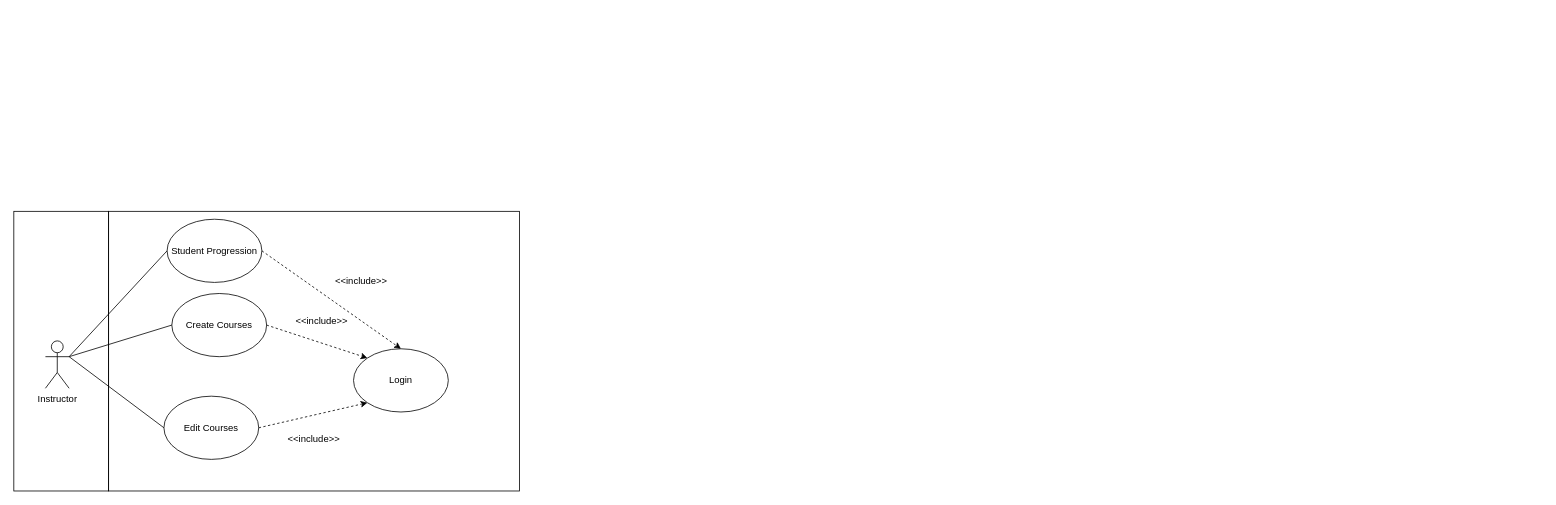
Earlier version of the draw.io diagram UML DIAGRAMS/HackAcad_Use_Case_Diagrams/Instructor.drawio (pikaitoh/HackAcad.Web). Source tidied: cells renumbered, new cells numbered last; positions are measured from the earlier drawing's top-left corner, leaving out a move shared by most shapes. Both pictures are drawn from the tidied source at 79%, with x=0, y=0 at pixel (13, 211).
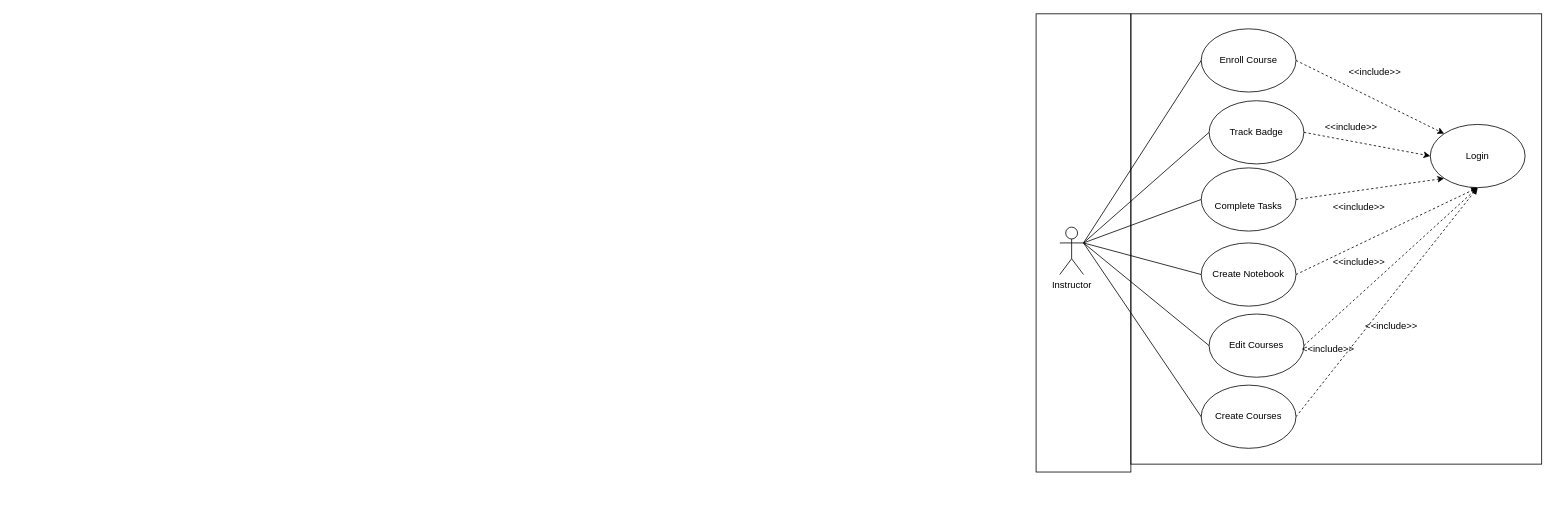
Above is the later version.

What changed in the source:
```diff
@@
-    <mxCell id="2" style="rounded=0;whiteSpace=wrap;html=1;fillColor=none;" parent="1" vertex="1">
-      <mxGeometry x="120" width="520" height="354" as="geometry" />
-    </mxCell>
-    <mxCell id="3" style="rounded=0;whiteSpace=wrap;html=1;fillColor=none;" parent="1" vertex="1">
-      <mxGeometry width="120" height="354" as="geometry" />
-    </mxCell>
+    <mxCell id="6" value="Edit Courses" style="ellipse;whiteSpace=wrap;html=1;shapeInside=1;" parent="1" vertex="1">
+      <mxGeometry x="1513" y="130" width="120" height="80" as="geometry" />
+    </mxCell>
+    <mxCell id="18" style="rounded=0;whiteSpace=wrap;html=1;fillColor=none;" parent="1" vertex="1">
+      <mxGeometry x="1414" y="-250" width="520" height="570" as="geometry" />
+    </mxCell>
+    <mxCell id="19" style="rounded=0;whiteSpace=wrap;html=1;fillColor=none;" parent="1" vertex="1">
+      <mxGeometry x="1294" y="-250" width="120" height="580" as="geometry" />
+    </mxCell>
     <mxCell id="4" value="Instructor" style="shape=umlActor;verticalLabelPosition=bottom;verticalAlign=top;html=1;outlineConnect=0;" parent="1" vertex="1">
-      <mxGeometry x="40" y="164" width="30" height="60" as="geometry" />
+      <mxGeometry x="1324" y="20" width="30" height="60" as="geometry" />
     </mxCell>
+    <mxCell id="20" value="Enroll Course" style="ellipse;whiteSpace=wrap;html=1;shapeInside=1;" parent="1" vertex="1">
+      <mxGeometry x="1503" y="-231" width="120" height="80" as="geometry" />
+    </mxCell>
+    <mxCell id="21" value="&lt;div&gt;&lt;br&gt;&lt;/div&gt;&lt;div&gt;&lt;br&gt;&lt;/div&gt;&lt;div&gt;Complete Tasks&lt;/div&gt;&lt;div&gt;&lt;br&gt;&lt;/div&gt;" style="ellipse;whiteSpace=wrap;html=1;shapeInside=1;" parent="1" vertex="1">
+      <mxGeometry x="1503" y="-55" width="120" height="80" as="geometry" />
+    </mxCell>
+    <mxCell id="7" value="Login" style="ellipse;whiteSpace=wrap;html=1;shapeInside=1;fillColor=light-dark(#FFFFFF,#8C7B3F);" parent="1" vertex="1">
+      <mxGeometry x="1793" y="-110" width="120" height="80" as="geometry" />
+    </mxCell>
+    <mxCell id="22" style="endArrow=none;html=1;rounded=0;exitX=1;exitY=0.3333333333333333;exitDx=0;exitDy=0;exitPerimeter=0;entryX=0;entryY=0.5;entryDx=0;entryDy=0;" parent="1" edge="1" source="4" target="20">
+      <mxGeometry relative="1" as="geometry" />
+    </mxCell>
+    <mxCell id="23" style="endArrow=none;html=1;rounded=0;exitX=1;exitY=0.3333333333333333;exitDx=0;exitDy=0;exitPerimeter=0;entryX=0;entryY=0.5;entryDx=0;entryDy=0;" parent="1" edge="1" source="4" target="21">
+      <mxGeometry relative="1" as="geometry" />
+    </mxCell>
+    <mxCell id="24" style="html=1;labelBackgroundColor=#ffffff;startArrow=none;startFill=0;startSize=6;endArrow=classic;endFill=1;endSize=6;jettySize=auto;strokeWidth=1;dashed=1;fontSize=14;rounded=0;exitX=1;exitY=0.5;exitDx=0;exitDy=0;entryX=0;entryY=1;entryDx=0;entryDy=0;" parent="1" edge="1" source="21" target="7">
+      <mxGeometry relative="1" as="geometry" />
+    </mxCell>
+    <mxCell id="25" style="html=1;labelBackgroundColor=#ffffff;startArrow=none;startFill=0;startSize=6;endArrow=classic;endFill=1;endSize=6;jettySize=auto;strokeWidth=1;dashed=1;fontSize=14;rounded=0;exitX=1;exitY=0.5;exitDx=0;exitDy=0;entryX=0;entryY=0;entryDx=0;entryDy=0;" parent="1" edge="1" source="20" target="7">
+      <mxGeometry relative="1" as="geometry" />
+    </mxCell>
+    <mxCell id="26" value="&amp;lt;&amp;lt;include&amp;gt;&amp;gt;" style="text;html=1;whiteSpace=wrap;strokeColor=none;fillColor=none;align=center;verticalAlign=middle;rounded=0;" parent="1" vertex="1">
+      <mxGeometry x="1673" y="-20" width="60" height="30" as="geometry" />
+    </mxCell>
+    <mxCell id="27" value="&amp;lt;&amp;lt;include&amp;gt;&amp;gt;" style="text;html=1;whiteSpace=wrap;strokeColor=none;fillColor=none;align=center;verticalAlign=middle;rounded=0;" parent="1" vertex="1">
+      <mxGeometry x="1693" y="-191" width="60" height="30" as="geometry" />
+    </mxCell>
+    <mxCell id="28" style="endArrow=none;html=1;rounded=0;exitX=1;exitY=0.3333333333333333;exitDx=0;exitDy=0;exitPerimeter=0;entryX=0;entryY=0.5;entryDx=0;entryDy=0;" parent="1" edge="1" source="4" target="29">
+      <mxGeometry relative="1" as="geometry" />
+    </mxCell>
+    <mxCell id="29" value="Track Badge" style="ellipse;whiteSpace=wrap;html=1;shapeInside=1;" parent="1" vertex="1">
+      <mxGeometry x="1513" y="-140" width="120" height="80" as="geometry" />
+    </mxCell>
+    <mxCell id="30" style="html=1;labelBackgroundColor=#ffffff;startArrow=none;startFill=0;startSize=6;endArrow=classic;endFill=1;endSize=6;jettySize=auto;strokeWidth=1;dashed=1;fontSize=14;rounded=0;exitX=1;exitY=0.5;exitDx=0;exitDy=0;entryX=0;entryY=0.5;entryDx=0;entryDy=0;" parent="1" edge="1" source="29" target="7">
+      <mxGeometry relative="1" as="geometry" />
+    </mxCell>
+    <mxCell id="31" value="&amp;lt;&amp;lt;include&amp;gt;&amp;gt;" style="text;html=1;whiteSpace=wrap;strokeColor=none;fillColor=none;align=center;verticalAlign=middle;rounded=0;" parent="1" vertex="1">
+      <mxGeometry x="1663" y="-121" width="60" height="30" as="geometry" />
+    </mxCell>
+    <mxCell id="32" value="Create Notebook" style="ellipse;whiteSpace=wrap;html=1;shapeInside=1;" parent="1" vertex="1">
+      <mxGeometry x="1503" y="40" width="120" height="80" as="geometry" />
+    </mxCell>
+    <mxCell id="33" style="endArrow=none;html=1;rounded=0;exitX=1;exitY=0.3333333333333333;exitDx=0;exitDy=0;exitPerimeter=0;entryX=0;entryY=0.5;entryDx=0;entryDy=0;" parent="1" edge="1" source="4" target="32">
+      <mxGeometry relative="1" as="geometry" />
+    </mxCell>
+    <mxCell id="11" style="html=1;labelBackgroundColor=#ffffff;startArrow=none;startFill=0;startSize=6;endArrow=classic;endFill=1;endSize=6;jettySize=auto;strokeWidth=1;dashed=1;fontSize=14;rounded=0;entryX=0.5;entryY=1;entryDx=0;entryDy=0;exitX=1;exitY=0.5;exitDx=0;exitDy=0;" parent="1" edge="1" source="5" target="7">
+      <mxGeometry relative="1" as="geometry" />
+    </mxCell>
+    <mxCell id="34" style="html=1;labelBackgroundColor=#ffffff;startArrow=none;startFill=0;startSize=6;endArrow=classic;endFill=1;endSize=6;jettySize=auto;strokeWidth=1;dashed=1;fontSize=14;rounded=0;exitX=1;exitY=0.5;exitDx=0;exitDy=0;entryX=0.5;entryY=1;entryDx=0;entryDy=0;" parent="1" edge="1" source="32" target="7">
+      <mxGeometry relative="1" as="geometry" />
+    </mxCell>
+    <mxCell id="35" value="&amp;lt;&amp;lt;include&amp;gt;&amp;gt;" style="text;html=1;whiteSpace=wrap;strokeColor=none;fillColor=none;align=center;verticalAlign=middle;rounded=0;" parent="1" vertex="1">
+      <mxGeometry x="1673" y="50" width="60" height="30" as="geometry" />
+    </mxCell>
     <mxCell id="5" value="Create Courses" style="ellipse;whiteSpace=wrap;html=1;shapeInside=1;" parent="1" vertex="1">
-      <mxGeometry x="200" y="104" width="120" height="80" as="geometry" />
+      <mxGeometry x="1503" y="220" width="120" height="80" as="geometry" />
     </mxCell>
-    <mxCell id="6" value="Edit Courses" style="ellipse;whiteSpace=wrap;html=1;shapeInside=1;" parent="1" vertex="1">
-      <mxGeometry x="190" y="234" width="120" height="80" as="geometry" />
-    </mxCell>
-    <mxCell id="7" value="Login" style="ellipse;whiteSpace=wrap;html=1;shapeInside=1;fillColor=light-dark(#FFFFFF,#8C7B3F);" parent="1" vertex="1">
-      <mxGeometry x="430" y="174" width="120" height="80" as="geometry" />
-    </mxCell>
@@
-    <mxCell id="9" style="endArrow=none;html=1;rounded=0;exitX=1;exitY=0.3333333333333333;exitDx=0;exitDy=0;exitPerimeter=0;entryX=0;entryY=0.5;entryDx=0;entryDy=0;" parent="1" edge="1" source="4" target="6">
-      <mxGeometry relative="1" as="geometry" />
-    </mxCell>
+    <mxCell id="36" style="endArrow=none;html=1;rounded=0;entryX=1;entryY=0.3333333333333333;entryDx=0;entryDy=0;exitX=0;exitY=0.5;exitDx=0;exitDy=0;entryPerimeter=0;" parent="1" edge="1" source="6" target="4">
+      <mxGeometry relative="1" as="geometry" />
+    </mxCell>
-    <mxCell id="10" style="html=1;labelBackgroundColor=#ffffff;startArrow=none;startFill=0;startSize=6;endArrow=classic;endFill=1;endSize=6;jettySize=auto;strokeWidth=1;dashed=1;fontSize=14;rounded=0;exitX=1;exitY=0.5;exitDx=0;exitDy=0;entryX=0;entryY=1;entryDx=0;entryDy=0;" parent="1" edge="1" source="6" target="7">
+    <mxCell id="10" style="html=1;labelBackgroundColor=#ffffff;startArrow=none;startFill=0;startSize=6;endArrow=classic;endFill=1;endSize=6;jettySize=auto;strokeWidth=1;dashed=1;fontSize=14;rounded=0;exitX=1;exitY=0.5;exitDx=0;exitDy=0;entryX=0.5;entryY=1;entryDx=0;entryDy=0;" parent="1" edge="1" source="6" target="7">
       <mxGeometry relative="1" as="geometry" />
     </mxCell>
-    <mxCell id="11" style="html=1;labelBackgroundColor=#ffffff;startArrow=none;startFill=0;startSize=6;endArrow=classic;endFill=1;endSize=6;jettySize=auto;strokeWidth=1;dashed=1;fontSize=14;rounded=0;exitX=1;exitY=0.5;exitDx=0;exitDy=0;entryX=0;entryY=0;entryDx=0;entryDy=0;" parent="1" edge="1" source="5" target="7">
-      <mxGeometry relative="1" as="geometry" />
-    </mxCell>
-    <mxCell id="12" value="&amp;lt;&amp;lt;include&amp;gt;&amp;gt;" style="text;html=1;whiteSpace=wrap;strokeColor=none;fillColor=none;align=center;verticalAlign=middle;rounded=0;" parent="1" vertex="1">
-      <mxGeometry x="350" y="274" width="60" height="30" as="geometry" />
-    </mxCell>
-    <mxCell id="13" value="&amp;lt;&amp;lt;include&amp;gt;&amp;gt;" style="text;html=1;whiteSpace=wrap;strokeColor=none;fillColor=none;align=center;verticalAlign=middle;rounded=0;" parent="1" vertex="1">
-      <mxGeometry x="360" y="124" width="60" height="30" as="geometry" />
-    </mxCell>
-    <mxCell id="14" value="Student Progression" style="ellipse;whiteSpace=wrap;html=1;shapeInside=1;" parent="1" vertex="1">
-      <mxGeometry x="194" y="10" width="120" height="80" as="geometry" />
-    </mxCell>
-    <mxCell id="15" style="endArrow=none;html=1;rounded=0;entryX=0;entryY=0.5;entryDx=0;entryDy=0;exitX=1;exitY=0.3333333333333333;exitDx=0;exitDy=0;exitPerimeter=0;" parent="1" edge="1" source="4" target="14">
-      <mxGeometry relative="1" as="geometry" />
-    </mxCell>
-    <mxCell id="16" style="html=1;labelBackgroundColor=#ffffff;startArrow=none;startFill=0;startSize=6;endArrow=classic;endFill=1;endSize=6;jettySize=auto;strokeWidth=1;dashed=1;fontSize=14;rounded=0;exitX=1;exitY=0.5;exitDx=0;exitDy=0;entryX=0.5;entryY=0;entryDx=0;entryDy=0;" parent="1" edge="1" source="14" target="7">
-      <mxGeometry relative="1" as="geometry" />
-    </mxCell>
-    <mxCell id="17" value="&amp;lt;&amp;lt;include&amp;gt;&amp;gt;" style="text;html=1;whiteSpace=wrap;strokeColor=none;fillColor=none;align=center;verticalAlign=middle;rounded=0;" parent="1" vertex="1">
-      <mxGeometry x="410" y="74" width="60" height="30" as="geometry" />
-    </mxCell>
+    <mxCell id="37" value="&amp;lt;&amp;lt;include&amp;gt;&amp;gt;" style="text;html=1;whiteSpace=wrap;strokeColor=none;fillColor=none;align=center;verticalAlign=middle;rounded=0;" parent="1" vertex="1">
+      <mxGeometry x="1634" y="160" width="60" height="30" as="geometry" />
+    </mxCell>
+    <mxCell id="38" value="&amp;lt;&amp;lt;include&amp;gt;&amp;gt;" style="text;html=1;whiteSpace=wrap;strokeColor=none;fillColor=none;align=center;verticalAlign=middle;rounded=0;" parent="1" vertex="1">
+      <mxGeometry x="1714" y="130" width="60" height="30" as="geometry" />
+    </mxCell>
```
